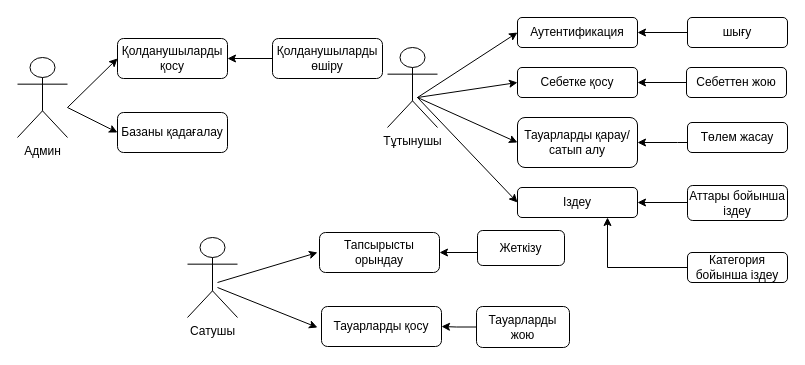
Perizat31/pizza keeps this draw.io diagram as page "Page-3" (3 of 4) of Untitled Diagram.drawio. Above is the earlier version. Source tidied: cells renumbered, new cells numbered last; positions are measured from the earlier drawing's top-left corner, leaving out a move shared by most shapes. Both pictures are drawn from the tidied source at 100%, with x=0, y=0 at pixel (17, 17).
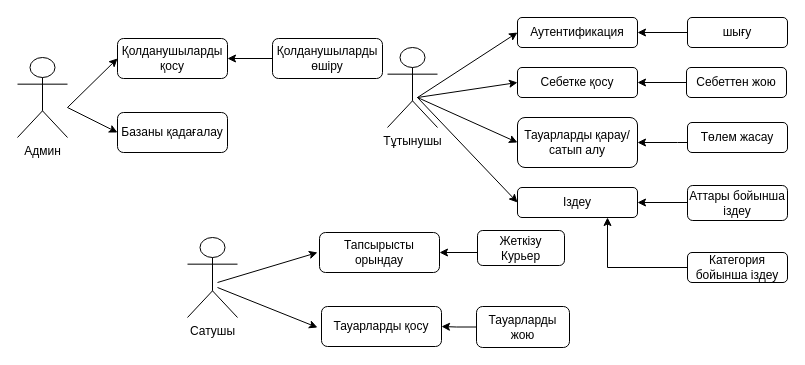
The same page after the edit.

Change to the diagram source:
```diff
@@
-    <mxCell id="32" value="Жеткізу" style="rounded=1;whiteSpace=wrap;html=1;" parent="1" vertex="1">
+    <mxCell id="32" value="Жеткізу&lt;div&gt;Курьер&lt;/div&gt;" style="rounded=1;whiteSpace=wrap;html=1;" parent="1" vertex="1">
       <mxGeometry x="460" y="213" width="87" height="35" as="geometry" />
     </mxCell>
```
